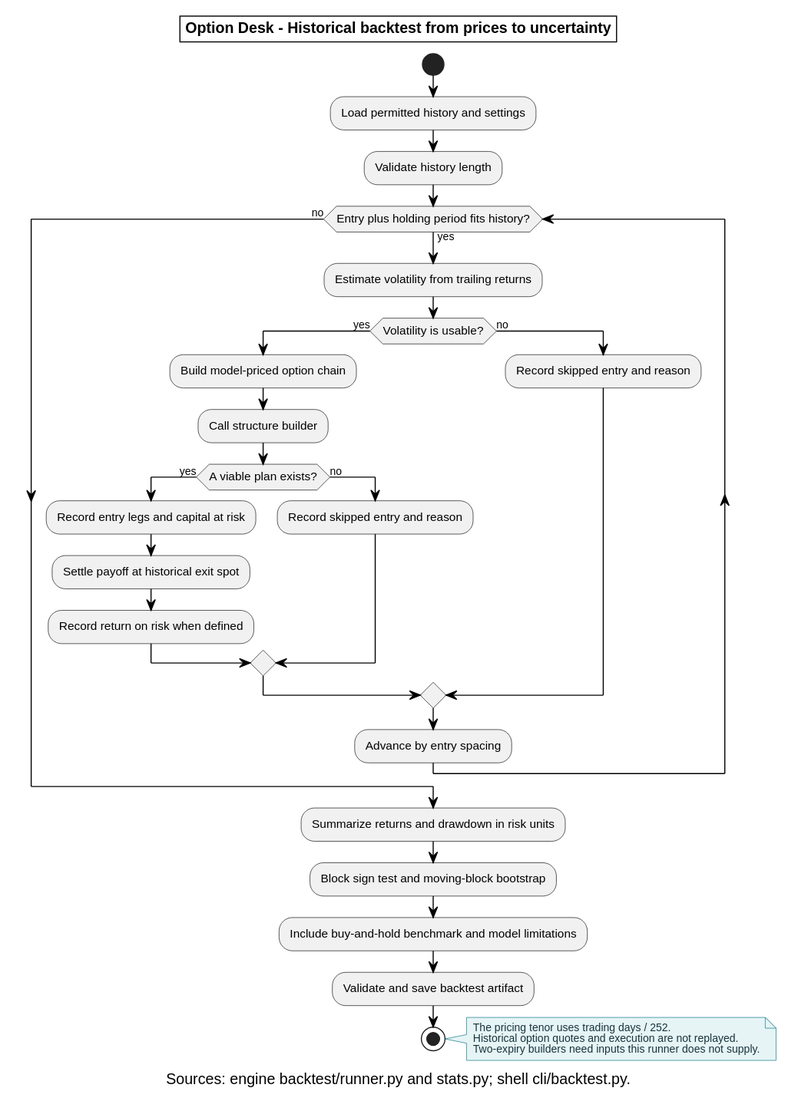
The PlantUML diagram docs/diagrams/13_backtest_workflow.svg in Iman/agent-driven-options-desk-and-skills, before a commit. Its source is kept beside it as docs/diagrams/13_backtest_workflow.puml.
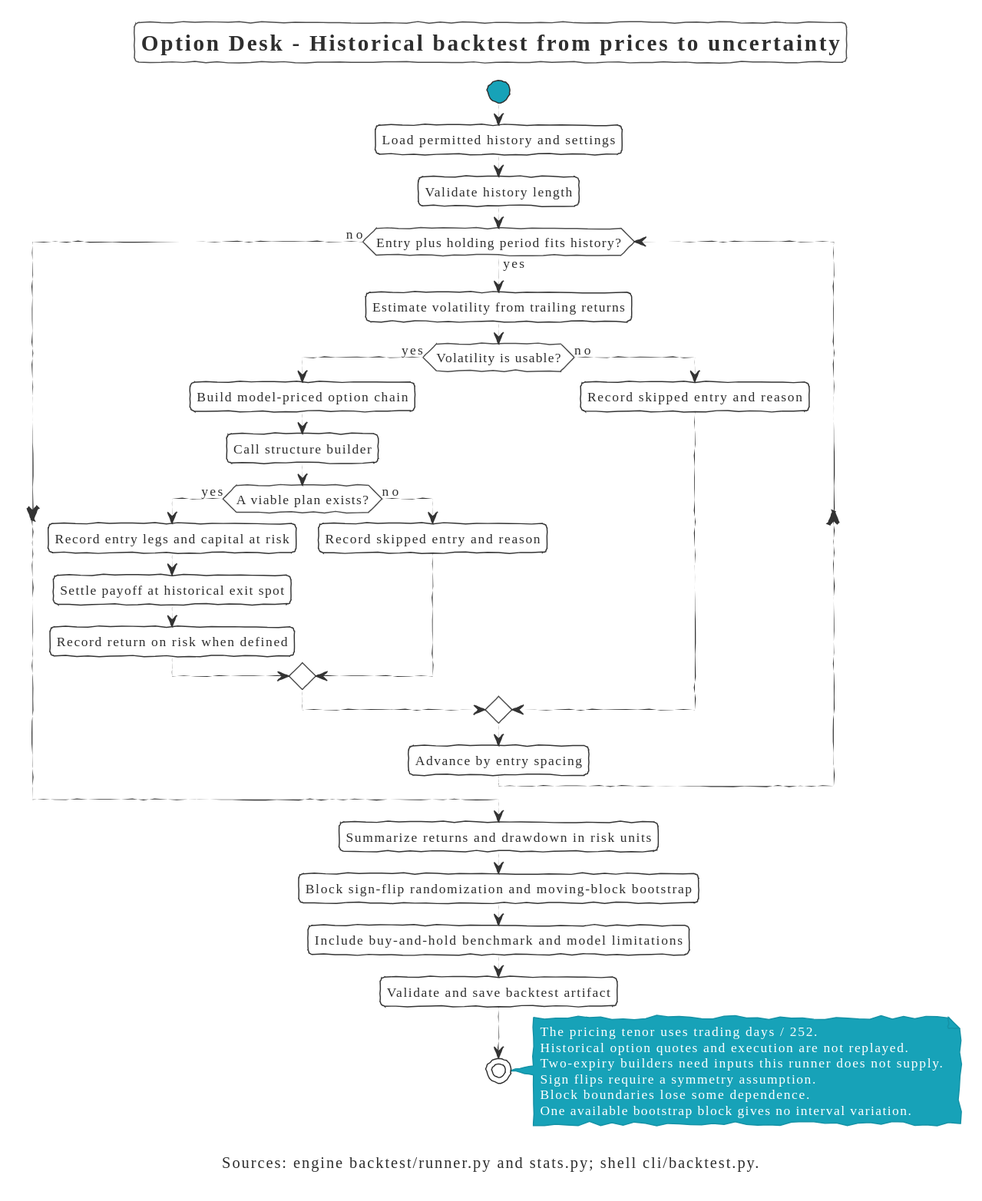
After the change.

The edit, as a diff of the source:
```diff
@@ -23,7 +23,7 @@
  :Advance by entry spacing;
 endwhile (no)
 :Summarize returns and drawdown in risk units;
-:Block sign test and moving-block bootstrap;
+:Block sign-flip randomization and moving-block bootstrap;
 :Include buy-and-hold benchmark and model limitations;
 :Validate and save backtest artifact;
 stop
@@ -31,6 +31,9 @@
 The pricing tenor uses trading days / 252.
 Historical option quotes and execution are not replayed.
 Two-expiry builders need inputs this runner does not supply.
+Sign flips require a symmetry assumption.
+Block boundaries lose some dependence.
+One available bootstrap block gives no interval variation.
 end note
 
 caption Sources: engine backtest/runner.py and stats.py; shell cli/backtest.py.
```
